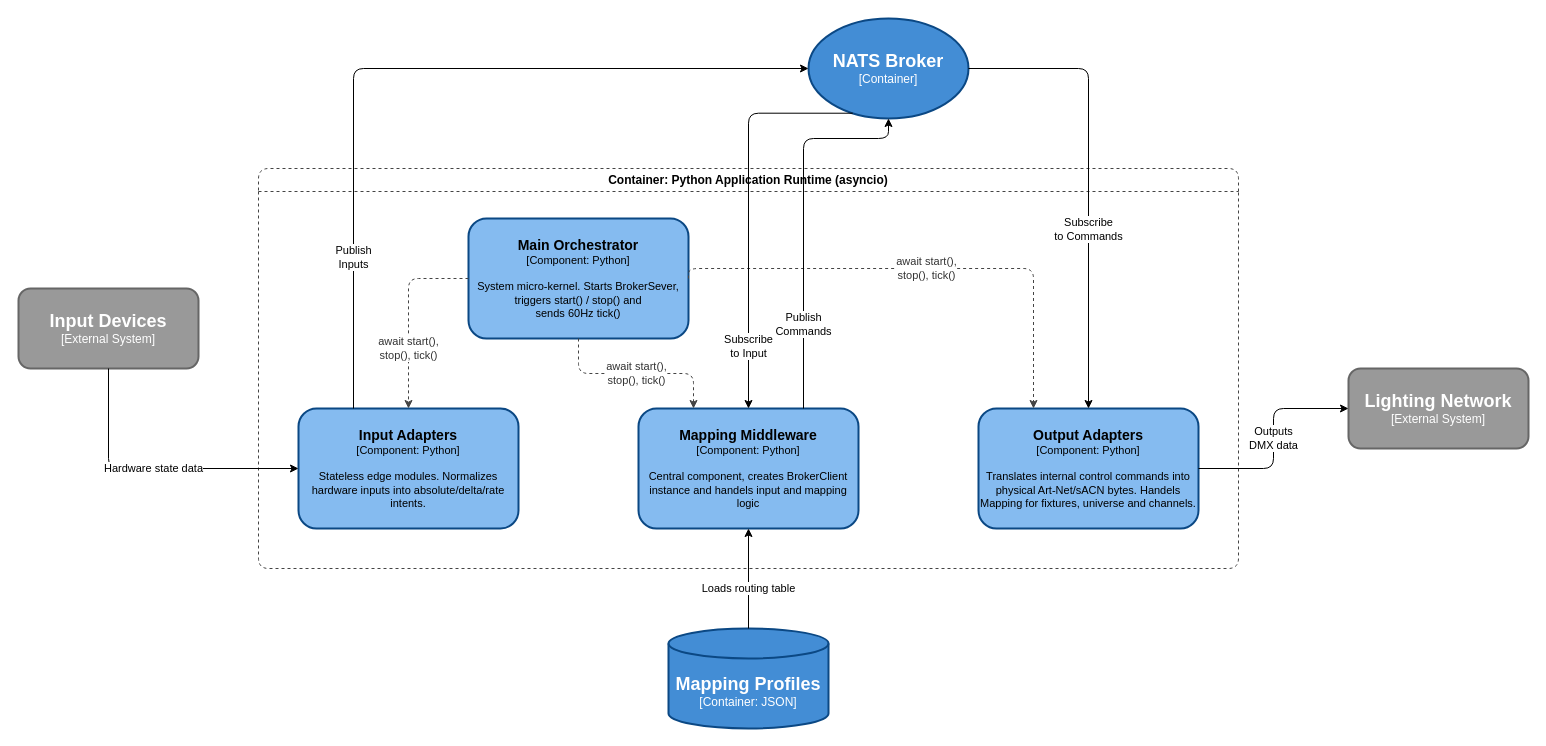
weber-moritz/apelios keeps this draw.io diagram as docs/c4/c3-apelios.drawio. Above is the earlier version. Source tidied: cells renumbered, new cells numbered last; positions are measured from the earlier drawing's top-left corner, leaving out a move shared by most shapes. Both pictures are drawn from the tidied source at 100%, with x=0, y=0 at pixel (18, 18).
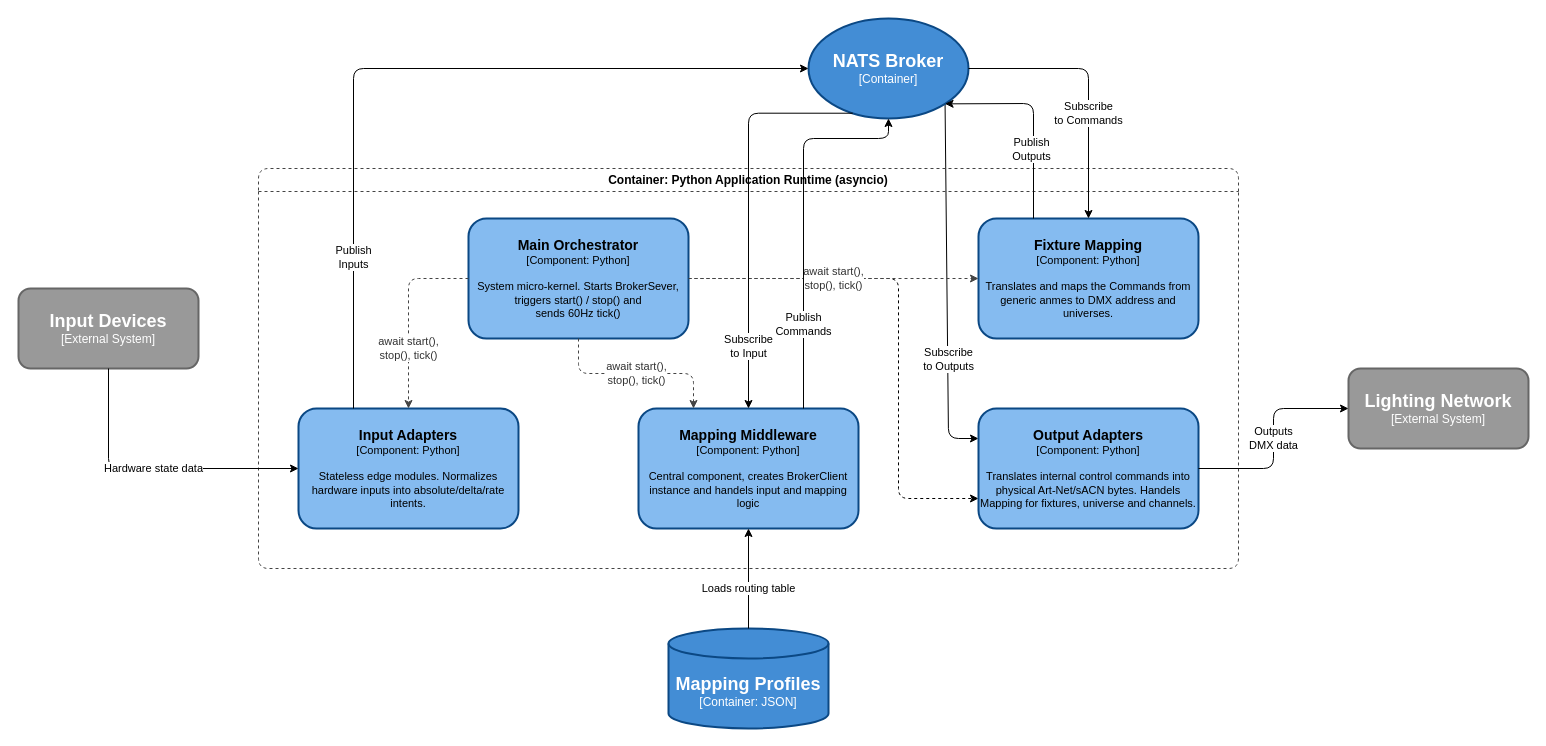
The same page after the edit.

Unchanged cells that the change refers to:
```xml
<mxCell id="4" value="&lt;h2 style=&quot;margin:0;&quot;&gt;NATS Broker&lt;/h2&gt;&lt;p style=&quot;margin:0;&quot;&gt;[Container]&lt;/p&gt;" style="ellipse;whiteSpace=wrap;html=1;fillColor=#438dd5;fontColor=#ffffff;strokeColor=#0b4884;strokeWidth=2;" parent="1" vertex="1">
  <mxGeometry x="790" width="160" height="100" as="geometry" />
</mxCell>
<mxCell id="5" value="&lt;h2 style=&quot;margin:0;&quot;&gt;Lighting Network&lt;/h2&gt;&lt;p style=&quot;margin:0;&quot;&gt;[External System]&lt;/p&gt;" style="rounded=1;whiteSpace=wrap;html=1;fillColor=#999999;fontColor=#ffffff;strokeColor=#666666;strokeWidth=2;" parent="1" vertex="1">
  <mxGeometry x="1330" y="350" width="180" height="80" as="geometry" />
</mxCell>
<mxCell id="6" value="Container: Python Application Runtime (asyncio)" style="swimlane;whiteSpace=wrap;html=1;dashed=1;startSize=23;fillColor=none;strokeColor=#444444;fontColor=#000000;fontStyle=1;rounded=1;" parent="1" vertex="1">
  <mxGeometry x="240" y="150" width="980" height="400" as="geometry" />
</mxCell>
<mxCell id="7" value="&lt;h2 style=&quot;margin:0;font-size:14px;&quot;&gt;Main Orchestrator&lt;/h2&gt;&lt;p style=&quot;margin:0;font-size:11px;&quot;&gt;[Component: Python]&lt;br&gt;&lt;br&gt;System micro-kernel. Starts BrokerSever, triggers start() / stop() and&lt;/p&gt;&lt;p style=&quot;margin:0;font-size:11px;&quot;&gt;sends 60Hz tick()&lt;br&gt;&lt;/p&gt;" style="rounded=1;whiteSpace=wrap;html=1;fillColor=#85bbf0;fontColor=#000000;strokeColor=#0b4884;strokeWidth=2;" parent="6" vertex="1">
  <mxGeometry x="210" y="50" width="220" height="120" as="geometry" />
</mxCell>
```

What changed in the source:
```diff
@@
+    <mxCell id="21" style="edgeStyle=none;html=1;exitX=1;exitY=1;exitDx=0;exitDy=0;entryX=0;entryY=0.25;entryDx=0;entryDy=0;" parent="1" edge="1" source="4" target="24">
+      <mxGeometry relative="1" as="geometry">
+        <Array as="points">
+          <mxPoint x="930" y="420" />
+        </Array>
+      </mxGeometry>
+    </mxCell>
+    <mxCell id="22" value="Subscribe&lt;div&gt;to Outputs&lt;/div&gt;" style="edgeLabel;html=1;align=center;verticalAlign=middle;" parent="21" vertex="1">
+      <mxGeometry x="0.4" relative="1" as="geometry" />
+    </mxCell>
@@
+    <mxCell id="23" style="edgeStyle=none;html=1;entryX=0;entryY=0.75;entryDx=0;entryDy=0;dashed=1;" parent="6" edge="1" source="7" target="24">
+      <mxGeometry relative="1" as="geometry">
+        <Array as="points">
+          <mxPoint x="640" y="110" />
+          <mxPoint x="640" y="330" />
+        </Array>
+      </mxGeometry>
+    </mxCell>
@@
-    <mxCell id="10" value="&lt;h2 style=&quot;margin:0;font-size:14px;&quot;&gt;Output Adapters&lt;/h2&gt;&lt;p style=&quot;margin:0;font-size:11px;&quot;&gt;[Component: Python]&lt;br&gt;&lt;br&gt;Translates internal control commands into physical Art-Net/sACN bytes. Handels Mapping for fixtures, universe and channels.&lt;/p&gt;" style="rounded=1;whiteSpace=wrap;html=1;fillColor=#85bbf0;fontColor=#000000;strokeColor=#0b4884;strokeWidth=2;" parent="6" vertex="1">
-      <mxGeometry x="720" y="240" width="220" height="120" as="geometry" />
+    <mxCell id="10" value="&lt;h2 style=&quot;margin:0;font-size:14px;&quot;&gt;Fixture Mapping&lt;/h2&gt;&lt;p style=&quot;margin:0;font-size:11px;&quot;&gt;[Component: Python]&lt;br&gt;&lt;br&gt;Translates and maps the Commands from generic anmes to DMX address and universes.&lt;/p&gt;" style="rounded=1;whiteSpace=wrap;html=1;fillColor=#85bbf0;fontColor=#000000;strokeColor=#0b4884;strokeWidth=2;" parent="6" vertex="1">
+      <mxGeometry x="720" y="50" width="220" height="120" as="geometry" />
     </mxCell>
@@
-    <mxCell id="13" value="await start(),&lt;div&gt;stop(), tick()&lt;/div&gt;" style="edgeStyle=orthogonalEdgeStyle;html=1;dashed=1;exitX=1;exitY=0.5;entryX=0.25;entryY=0;strokeColor=#444444;fontColor=#333333;entryDx=0;entryDy=0;" parent="6" edge="1" source="7" target="10">
+    <mxCell id="13" value="await start(),&lt;div&gt;stop(), tick()&lt;/div&gt;" style="edgeStyle=orthogonalEdgeStyle;html=1;dashed=1;exitX=1;exitY=0.5;strokeColor=#444444;fontColor=#333333;" parent="6" edge="1" source="7">
       <mxGeometry relative="1" as="geometry">
+        <mxPoint x="720" y="110" as="targetPoint" />
         <Array as="points">
-          <mxPoint x="430" y="100" />
-          <mxPoint x="775" y="100" />
+          <mxPoint x="720" y="110" />
         </Array>
       </mxGeometry>
     </mxCell>
+    <mxCell id="24" value="&lt;h2 style=&quot;margin:0;font-size:14px;&quot;&gt;Output Adapters&lt;/h2&gt;&lt;p style=&quot;margin:0;font-size:11px;&quot;&gt;[Component: Python]&lt;br&gt;&lt;br&gt;Translates internal control commands into physical Art-Net/sACN bytes. Handels Mapping for fixtures, universe and channels.&lt;/p&gt;" style="rounded=1;whiteSpace=wrap;html=1;fillColor=#85bbf0;fontColor=#000000;strokeColor=#0b4884;strokeWidth=2;" parent="6" vertex="1">
+      <mxGeometry x="720" y="240" width="220" height="120" as="geometry" />
+    </mxCell>
@@
-    <mxCell id="16" value="Outputs&lt;div&gt;DMX data&lt;/div&gt;" style="edgeStyle=orthogonalEdgeStyle;html=1;exitX=1;exitY=0.5;entryX=0;entryY=0.5;strokeColor=#000000;fontColor=#000000;entryDx=0;entryDy=0;exitDx=0;exitDy=0;" parent="1" edge="1" source="10" target="5">
+    <mxCell id="16" value="Outputs&lt;div&gt;DMX data&lt;/div&gt;" style="edgeStyle=orthogonalEdgeStyle;html=1;exitX=1;exitY=0.5;entryX=0;entryY=0.5;strokeColor=#000000;fontColor=#000000;entryDx=0;entryDy=0;exitDx=0;exitDy=0;" parent="1" edge="1" source="24" target="5">
       <mxGeometry relative="1" as="geometry" />
     </mxCell>
@@
+    <mxCell id="25" style="edgeStyle=none;html=1;exitX=0.25;exitY=0;exitDx=0;exitDy=0;entryX=1;entryY=1;entryDx=0;entryDy=0;" parent="1" edge="1" source="10" target="4">
+      <mxGeometry relative="1" as="geometry">
+        <Array as="points">
+          <mxPoint x="1015" y="85" />
+        </Array>
+      </mxGeometry>
+    </mxCell>
+    <mxCell id="26" value="Publish&lt;div&gt;Outputs&lt;/div&gt;" style="edgeLabel;html=1;align=center;verticalAlign=middle;" parent="25" vertex="1">
+      <mxGeometry x="-0.31" y="3" relative="1" as="geometry" />
+    </mxCell>
```
